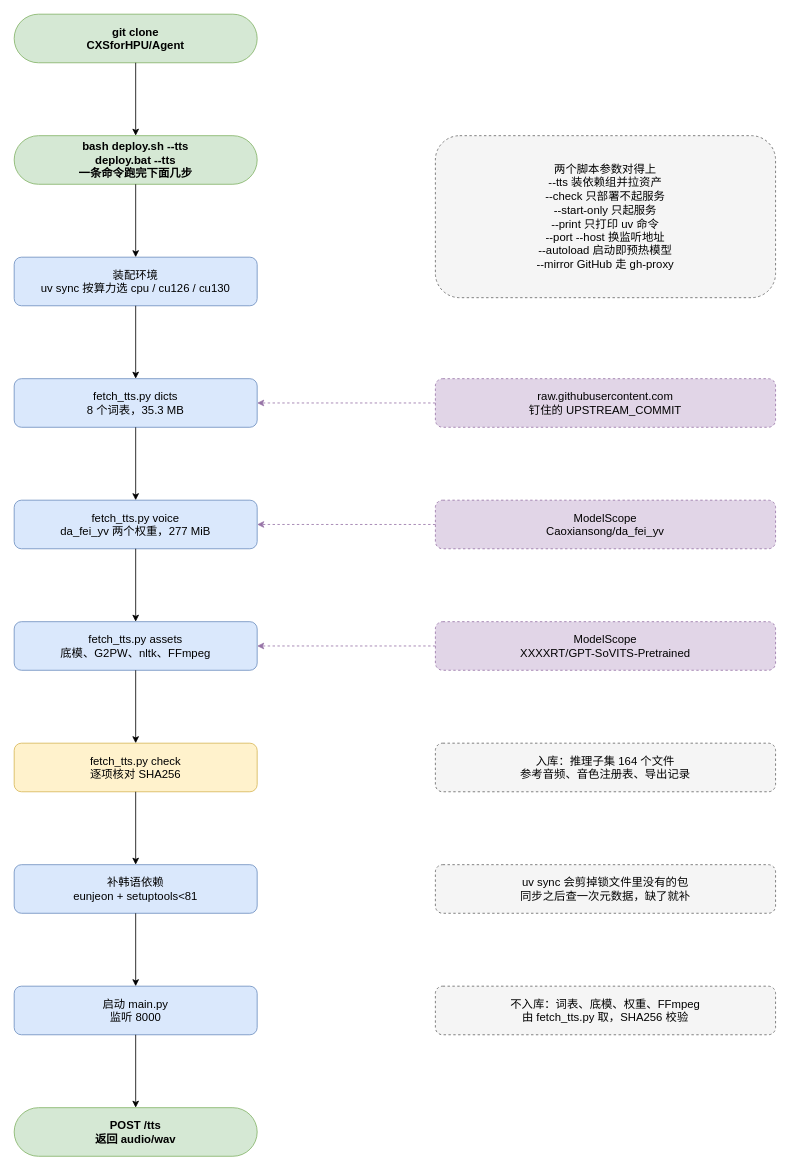
Before: diagrams/tts-deploy-flow.drawio in CXSforHPU/Agent, a draw.io diagram. Source tidied: cells renumbered, new cells numbered last; positions are measured from the earlier drawing's top-left corner, leaving out a move shared by most shapes. Both pictures are drawn from the tidied source at 81%, with x=0, y=0 at pixel (14, 14).
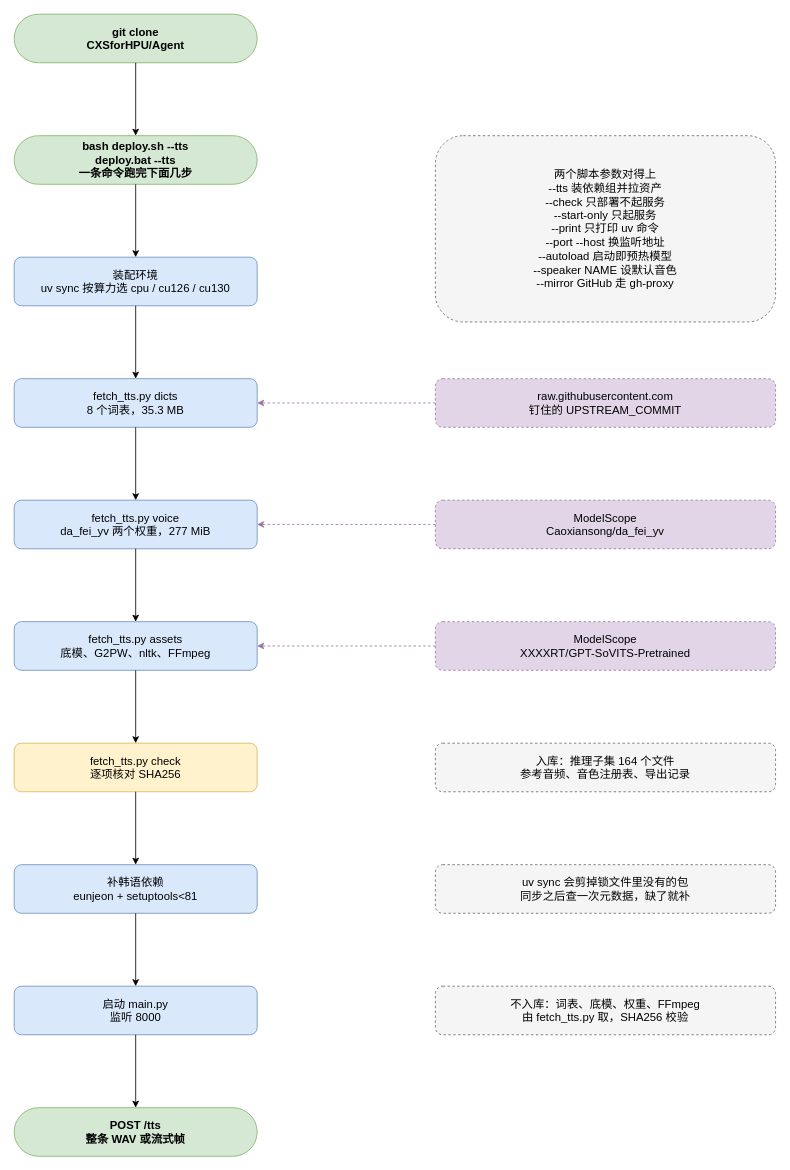
The same page after the edit.

Commit message (it also covers changes not shown here):
[docs] TTS 文档与流程图对齐流式帧链路

What changed in the source:
```diff
@@
-    <mxCell id="11" value="POST /tts&#10;返回 audio/wav" style="rounded=1;whiteSpace=wrap;html=1;fillColor=#d5e8d4;strokeColor=#82b366;fontSize=14;fontStyle=1;arcSize=50;" parent="1" vertex="1">
+    <mxCell id="11" value="POST /tts&#10;整条 WAV 或流式帧" style="rounded=1;whiteSpace=wrap;html=1;fillColor=#d5e8d4;strokeColor=#82b366;fontSize=14;fontStyle=1;arcSize=50;" parent="1" vertex="1">
       <mxGeometry y="1350" width="300" height="60" as="geometry" />
     </mxCell>
-    <mxCell id="12" value="两个脚本参数对得上&#10;--tts 装依赖组并拉资产&#10;--check 只部署不起服务&#10;--start-only 只起服务&#10;--print 只打印 uv 命令&#10;--port --host 换监听地址&#10;--autoload 启动即预热模型&#10;--mirror GitHub 走 gh-proxy" style="rounded=1;whiteSpace=wrap;html=1;fillColor=#f5f5f5;strokeColor=#666666;fontSize=14;dashed=1;" parent="1" vertex="1">
-      <mxGeometry x="520" y="150" width="420" height="200" as="geometry" />
+    <mxCell id="12" value="两个脚本参数对得上&#10;--tts 装依赖组并拉资产&#10;--check 只部署不起服务&#10;--start-only 只起服务&#10;--print 只打印 uv 命令&#10;--port --host 换监听地址&#10;--autoload 启动即预热模型&#10;--speaker NAME 设默认音色&#10;--mirror GitHub 走 gh-proxy" style="rounded=1;whiteSpace=wrap;html=1;fillColor=#f5f5f5;strokeColor=#666666;fontSize=14;dashed=1;" parent="1" vertex="1">
+      <mxGeometry x="520" y="150" width="420" height="230" as="geometry" />
     </mxCell>
```
